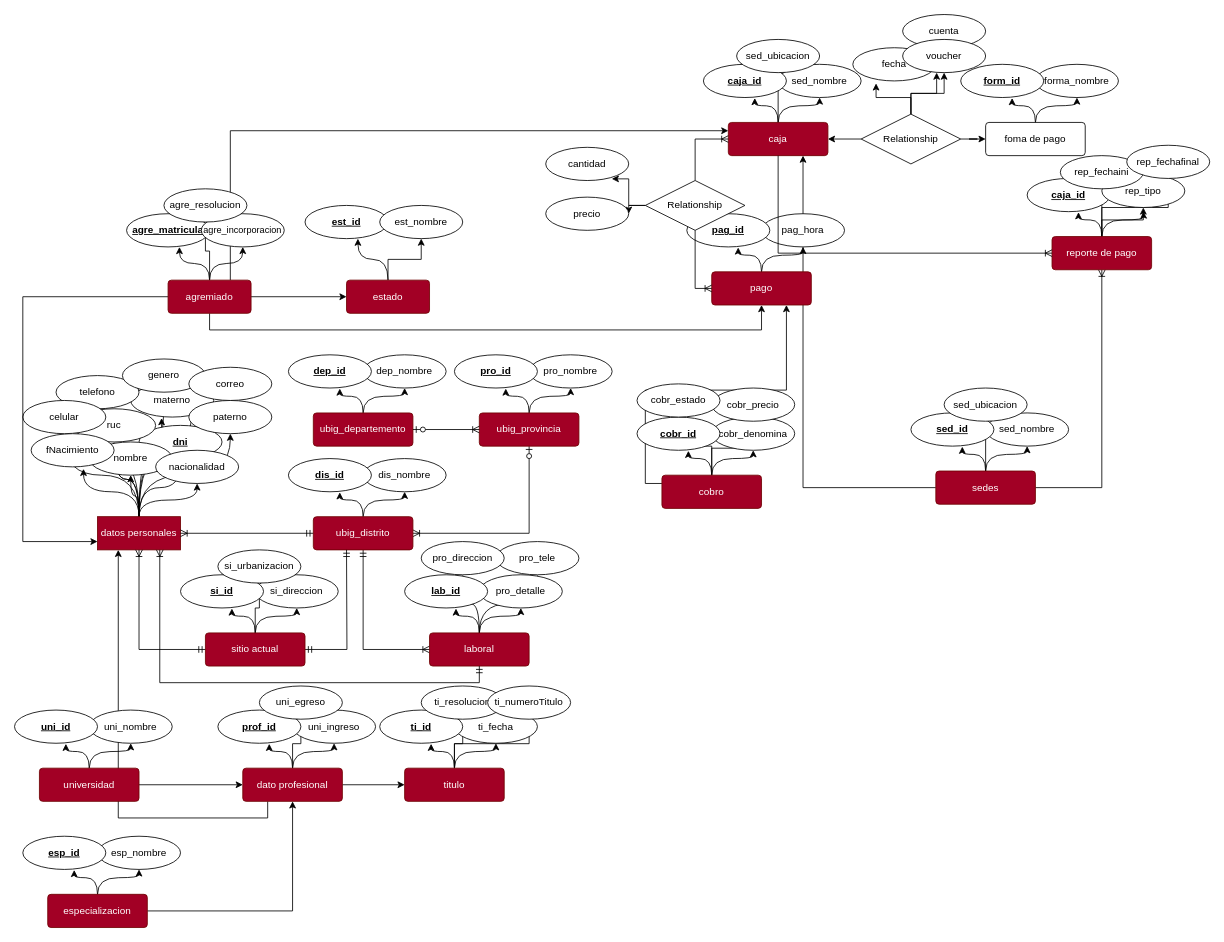
The draw.io diagram examenbasededatos.drawio in armindnwyr/tda3, before the edit. Source tidied: cells renumbered, new cells numbered last; positions are measured from the earlier drawing's top-left corner, leaving out a move shared by most shapes. Both pictures are drawn from the tidied source at 83%, with x=0, y=0 at pixel (14, 14).
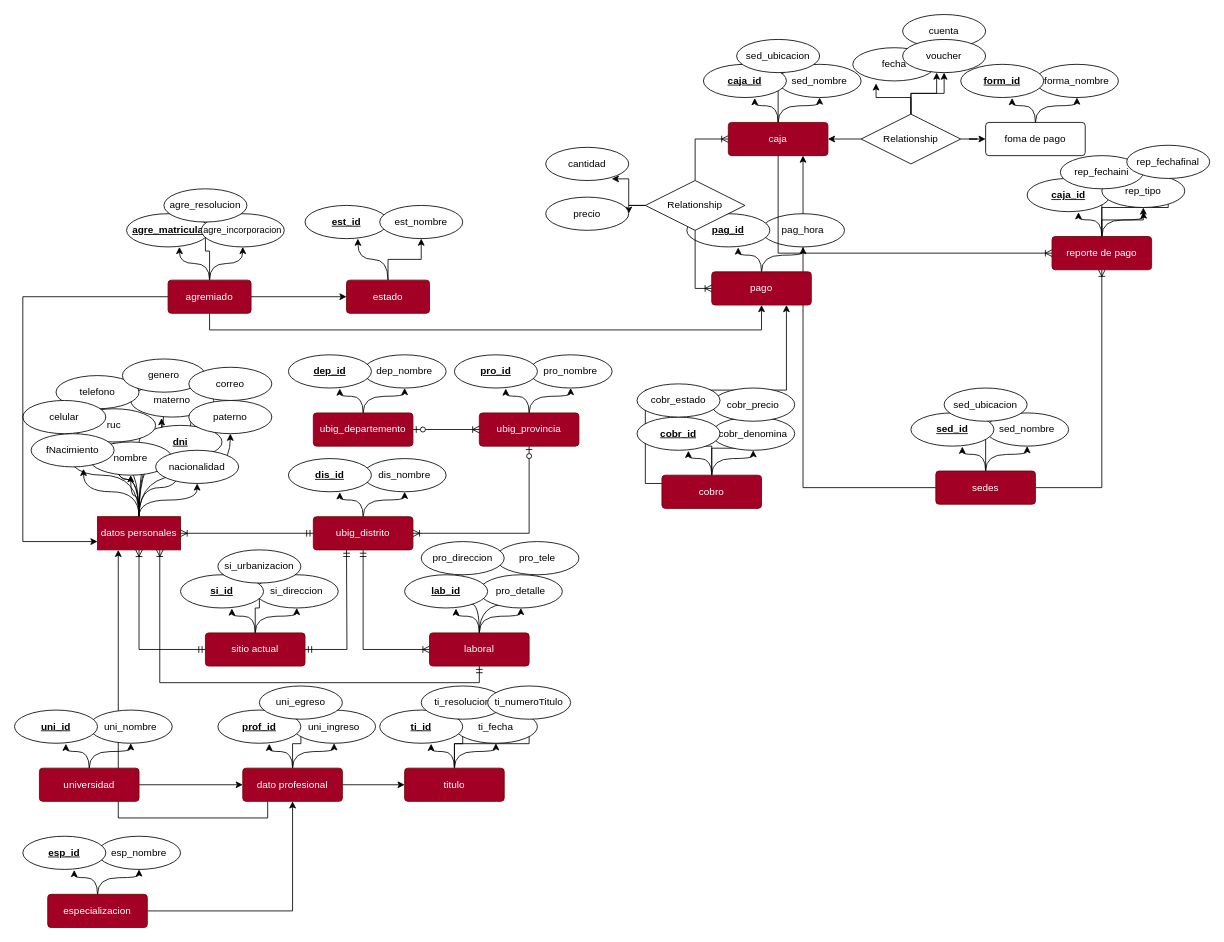
The same diagram, later.

The change refers to these unchanged cells:
```xml
<mxCell id="71" value="agremiado" style="rounded=1;arcSize=10;whiteSpace=wrap;html=1;align=center;fillColor=#a20025;strokeColor=#6F0000;fontColor=#ffffff;" parent="1" vertex="1">
  <mxGeometry x="185" y="320" width="100" height="40" as="geometry" />
</mxCell>
<mxCell id="137" value="caja" style="rounded=1;arcSize=10;whiteSpace=wrap;html=1;align=center;fillColor=#a20025;strokeColor=#6F0000;fontColor=#ffffff;" parent="1" vertex="1">
  <mxGeometry x="860" y="130" width="120" height="40" as="geometry" />
</mxCell>
```

Diff of the diagram source:
```diff
@@
-    <mxCell id="70" style="edgeStyle=orthogonalEdgeStyle;rounded=0;jettySize=auto;html=1;startArrow=none;startFill=0;endArrow=classic;endFill=1;exitX=0.75;exitY=0;exitDx=0;exitDy=0;entryX=0;entryY=0.25;entryDx=0;entryDy=0;" parent="1" edge="1" source="71" target="137">
-      <mxGeometry relative="1" as="geometry" />
-    </mxCell>
```
